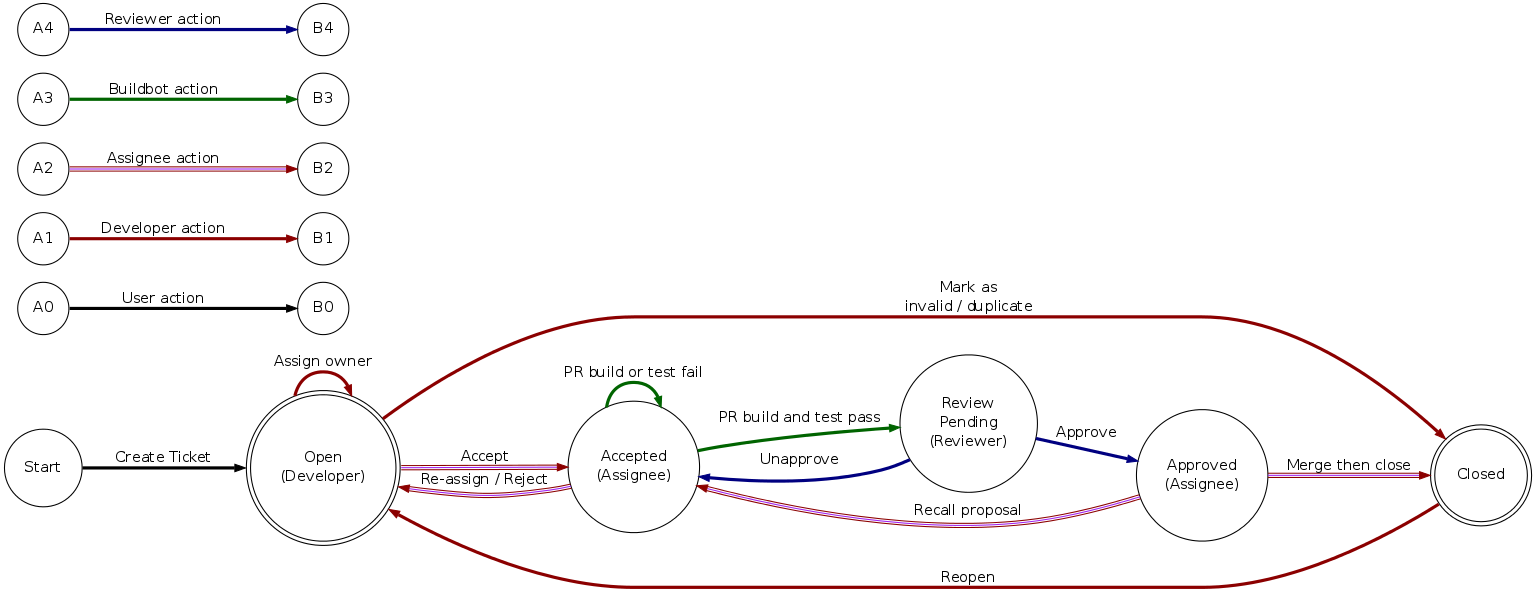
Before: jira-workflow.png, a diagram exported from Graphviz (kennethho/JIRA-OnDemand-with-self-hosted-Bamboo). Its source is kept beside it as jira-workflow.dot.
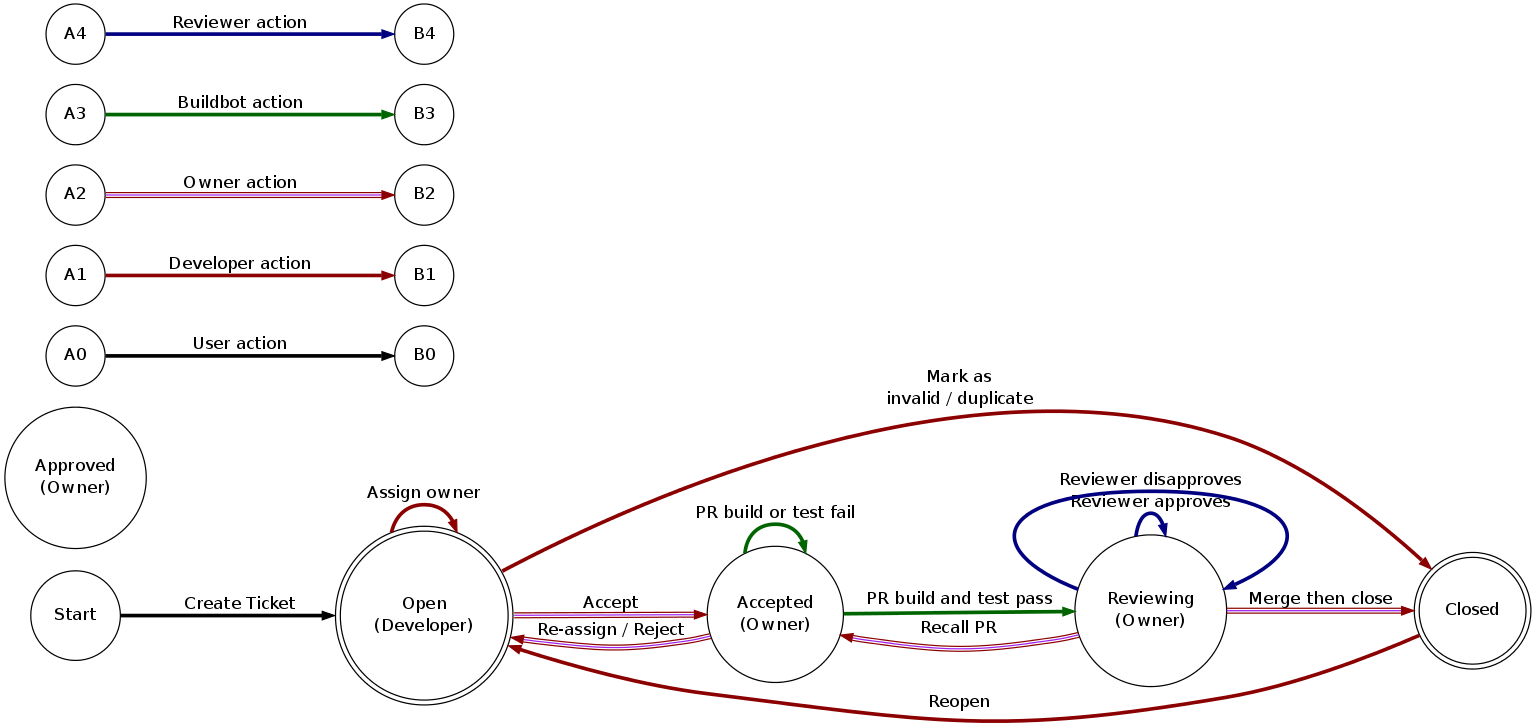
Above is the later version.

Commit message:
Changed Review Pending to Reviewing and Assignee to Owner

Change to the diagram source:
```diff
@@ -6,26 +6,26 @@
         edge [ penwidth=3.0 ];
 
         Open              [ label = "Open\n(Developer)" ];
-        Accepted          [ label = "Accepted\n(Assignee)" ];
-        Review_Pending    [ label = "Review\nPending\n(Reviewer)" ];
-        Approved          [ label = "Approved\n(Assignee)" ];
+        Accepted          [ label = "Accepted\n(Owner)" ];
+        Reviewing         [ label = "Reviewing\n(Owner)" ];
+        Approved          [ label = "Approved\n(Owner)" ];
 
         Start             -> Open              [ label = "Create Ticket" ];
         Open              -> Open              [ label = "Assign owner" color = "red4" ];
         Open              -> Closed            [ label = "Mark as\ninvalid / duplicate" color = "red4" ];
         Open              -> Accepted          [ label = "Accept" color = "red4:purple:red4" penwidth=1.0 ];
         Accepted          -> Open              [ label = "Re-assign / Reject" color = "red4:purple:red4" penwidth=1.0 ];
-        Accepted          -> Review_Pending    [ label = "PR build and test pass" color = "darkgreen" ];
+        Accepted          -> Reviewing         [ label = "PR build and test pass" color = "darkgreen" ];
         Accepted          -> Accepted          [ label = "PR build or test fail" color = "darkgreen" ];
-        Review_Pending    -> Approved          [ label = "Approve" color = "navy" ];
-        Review_Pending    -> Accepted          [ label = "Unapprove" color = "navy" ];
-        Approved          -> Closed            [ label = "Merge then close" color = "red4:purple:red4" penwidth=1.0 ];
-        Approved          -> Accepted          [ label = "Recall proposal" color = "red4:purple:red4" penwidth=1.0 ];
+        Reviewing         -> Reviewing         [ label = "Reviewer approves" color = "navy" ];
+        Reviewing         -> Reviewing         [ label = "Reviewer disapproves" color = "navy" ];
+        Reviewing         -> Closed            [ label = "Merge then close" color = "red4:purple:red4" penwidth=1.0 ];
+        Reviewing         -> Accepted          [ label = "Recall PR" color = "red4:purple:red4" penwidth=1.0 ];
         Closed            -> Open              [ label = "Reopen" color = "red4" ];
 
         A0 -> B0 [ label = "User action" ];
         A1 -> B1 [ label = "Developer action" color = "red4" ];
-        A2 -> B2 [ label = "Assignee action" color = "red4:purple:red4" penwidth=1.0 ];
+        A2 -> B2 [ label = "Owner action" color = "red4:purple:red4" penwidth=1.0 ];
         A3 -> B3 [ label = "Buildbot action" color = "darkgreen" ];
         A4 -> B4 [ label = "Reviewer action" color = "navy" ];
 }
```
